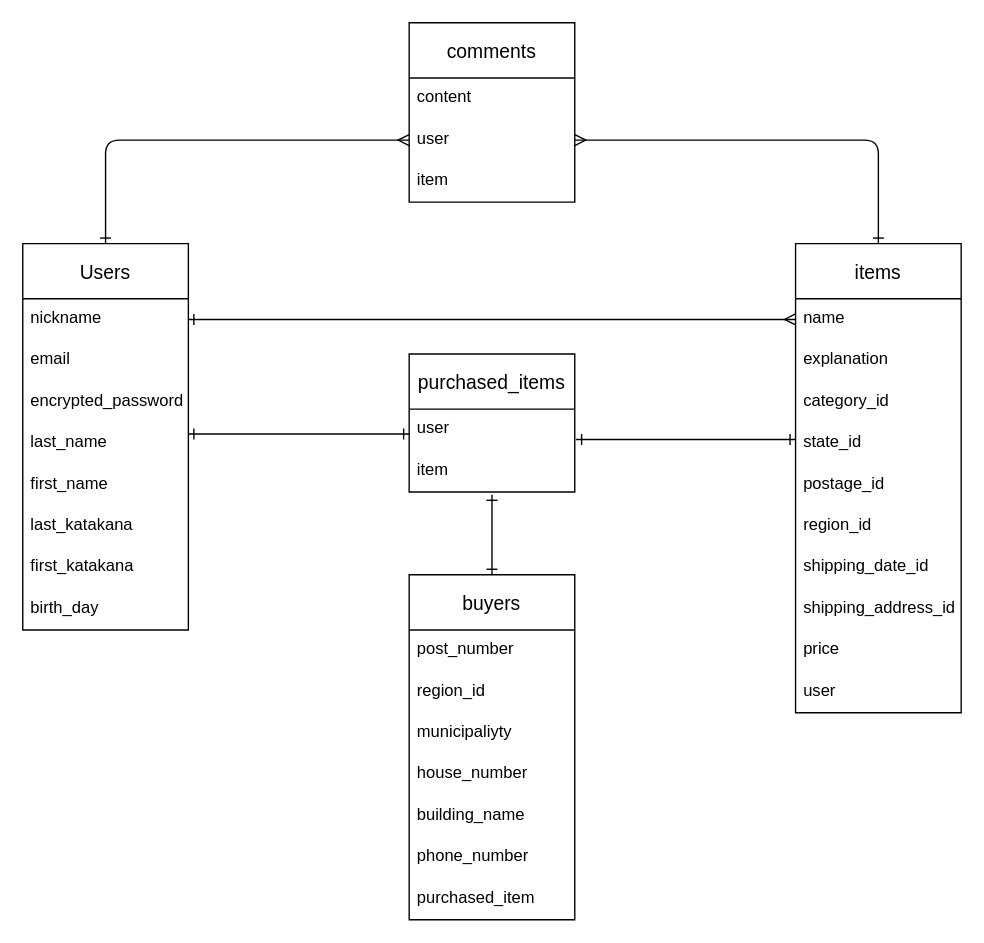
Ta-ho113/furima-37211 keeps this draw.io diagram as datebase.dio. Above is the earlier version. Source tidied: cells renumbered, new cells numbered last; positions are measured from the earlier drawing's top-left corner, leaving out a move shared by most shapes. Both pictures are drawn from the tidied source at 138%, with x=0, y=0 at pixel (22, 22).
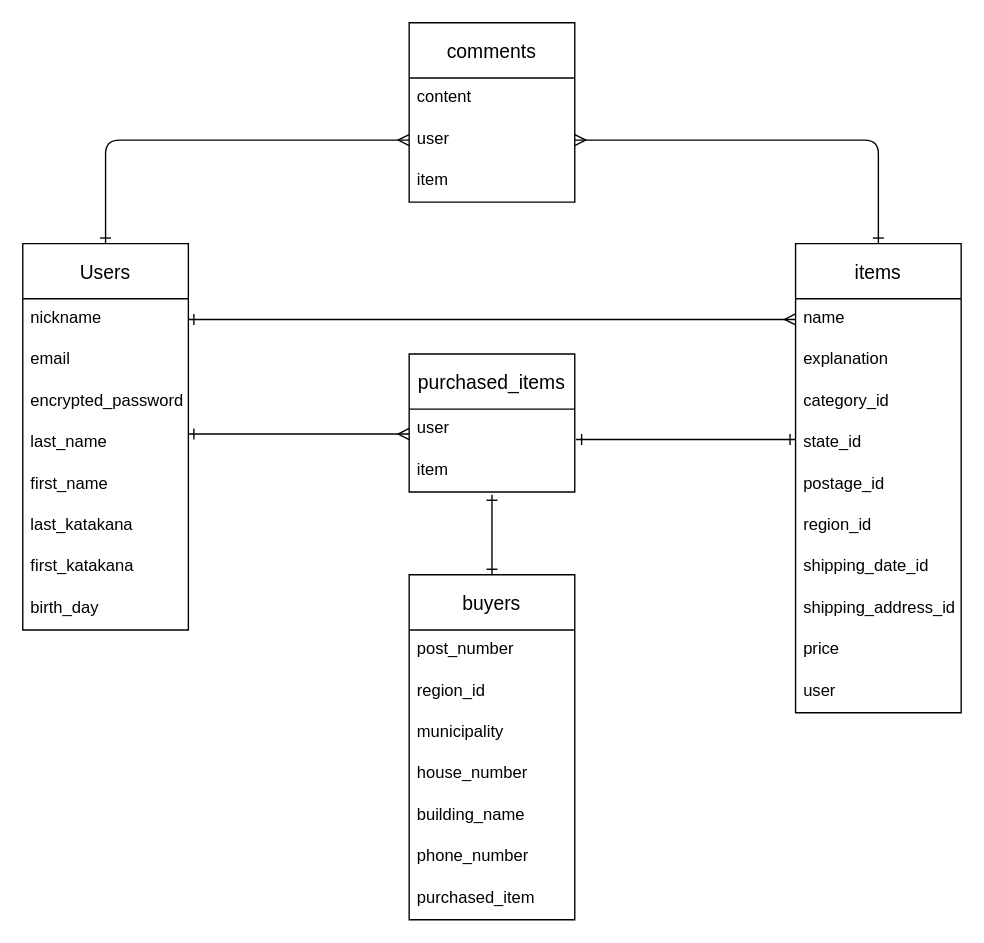
The same page after the edit.

The change refers to these unchanged cells:
```xml
<mxCell id="6" value="last_name" style="text;strokeColor=none;fillColor=none;spacingLeft=4;spacingRight=4;overflow=hidden;points=[[0,0.5],[1,0.5]];portConstraint=eastwest;fontSize=12;" parent="2" vertex="1">
  <mxGeometry y="130" width="120" height="30" as="geometry" />
</mxCell>
<mxCell id="26" value="buyers" style="swimlane;fontStyle=0;horizontal=1;startSize=40;align=center;fontSize=14;" parent="1" vertex="1">
  <mxGeometry x="280" y="400" width="120" height="250" as="geometry" />
</mxCell>
```

What changed in the source:
```diff
@@
-    <mxCell id="29" value="municipaliyty" style="text;strokeColor=none;fillColor=none;spacingLeft=4;spacingRight=4;overflow=hidden;fontSize=12;" parent="26" vertex="1">
+    <mxCell id="29" value="municipality" style="text;strokeColor=none;fillColor=none;spacingLeft=4;spacingRight=4;overflow=hidden;fontSize=12;" parent="26" vertex="1">
       <mxGeometry y="100" width="120" height="30" as="geometry" />
     </mxCell>
@@
-    <mxCell id="37" style="edgeStyle=none;html=1;exitX=1;exitY=0.267;exitDx=0;exitDy=0;startArrow=ERone;startFill=0;endArrow=ERone;endFill=0;exitPerimeter=0;" parent="1" edge="1" source="6">
+    <mxCell id="37" style="edgeStyle=none;html=1;exitX=1;exitY=0.267;exitDx=0;exitDy=0;startArrow=ERone;startFill=0;endArrow=ERmany;endFill=0;exitPerimeter=0;" parent="1" edge="1" source="6">
       <mxGeometry relative="1" as="geometry">
         <mxPoint x="280" y="298" as="targetPoint" />
       </mxGeometry>
     </mxCell>
```
